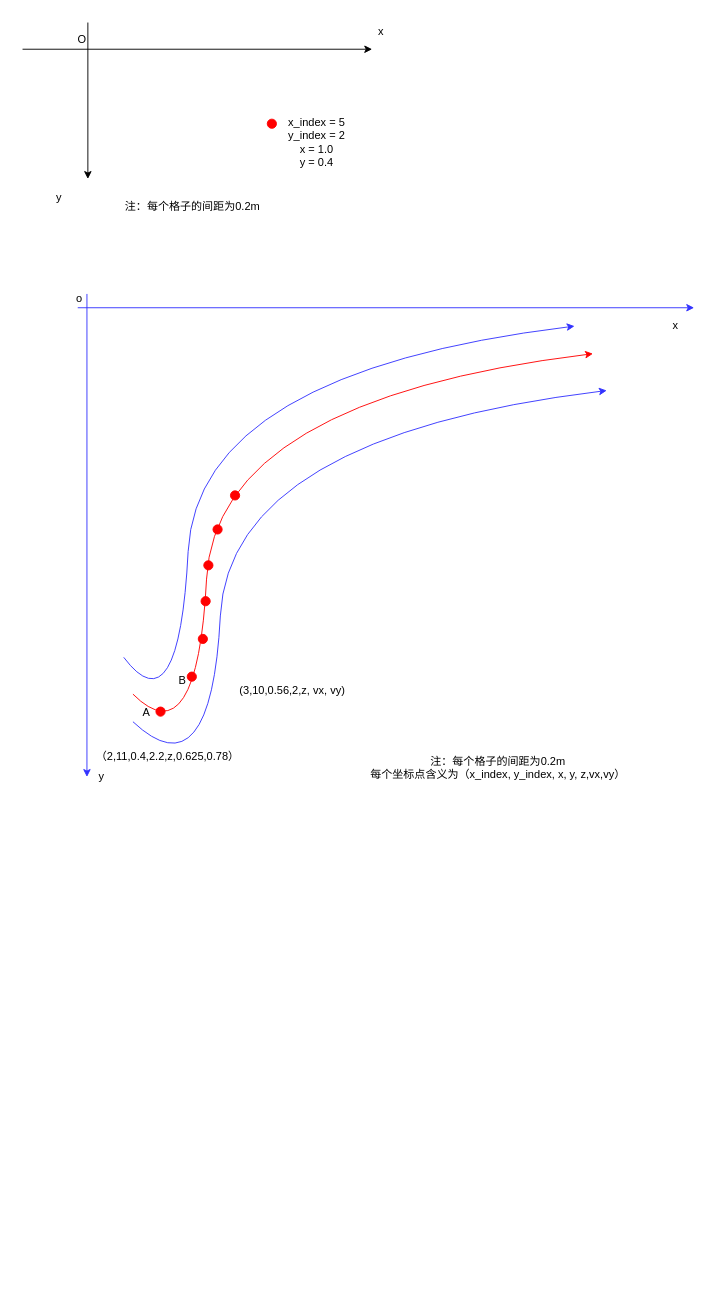
This is Untitled Diagram.drawio from litingpan/algorithms, a draw.io file, before an edit. Source tidied: cells renumbered, new cells numbered last; positions are measured from the earlier drawing's top-left corner, leaving out a move shared by most shapes. Both pictures are drawn from the tidied source at 92%, with x=0, y=0 at pixel (22, 22).
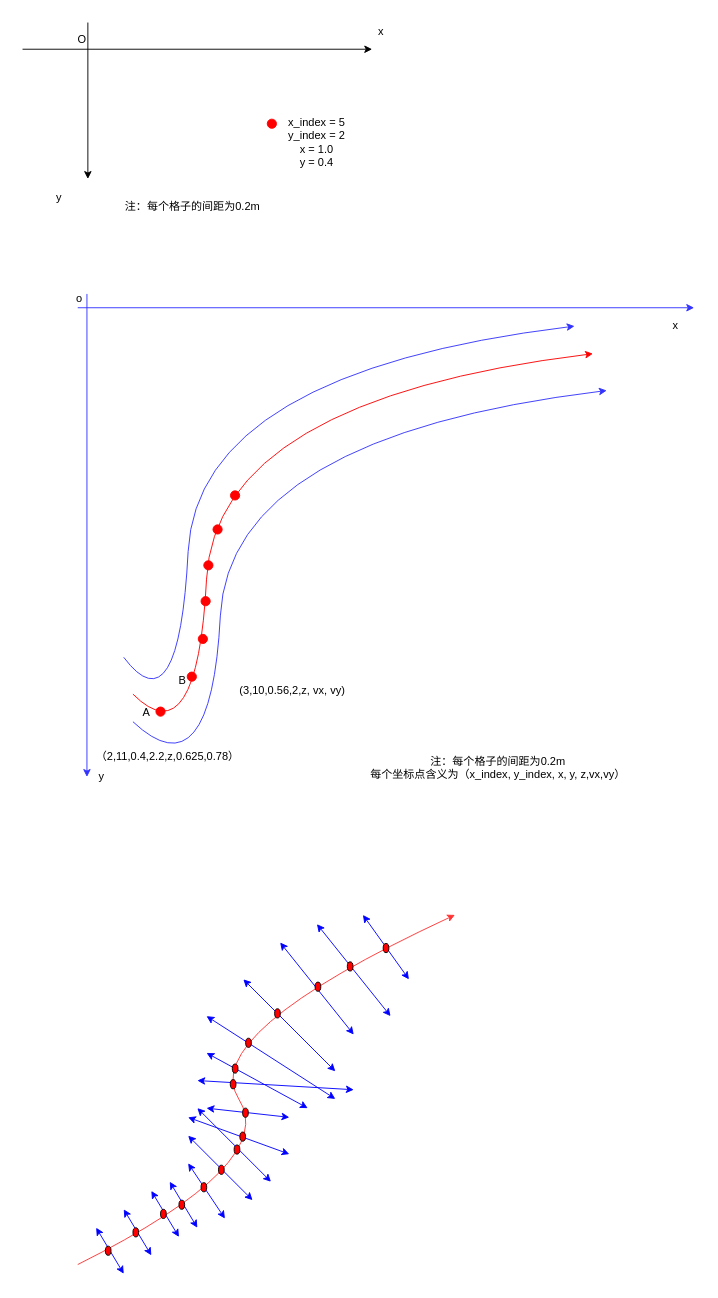
The same page after the edit.

The edit, as a diff of the source:
```diff
@@
+    <mxCell id="30" style="curved=1;endArrow=classic;html=1;strokeColor=#FF3333;" parent="1" edge="1">
+      <mxGeometry relative="1" as="geometry">
+        <mxPoint x="60" y="1350" as="sourcePoint" />
+        <mxPoint x="470" y="970" as="targetPoint" />
+        <Array as="points">
+          <mxPoint x="280" y="1240" />
+          <mxPoint x="190" y="1100" />
+        </Array>
+      </mxGeometry>
+    </mxCell>
+    <mxCell id="31" style="endArrow=classic;startArrow=classic;html=1;strokeColor=#0000FF;" parent="1" edge="1">
+      <mxGeometry relative="1" as="geometry">
+        <mxPoint x="140" y="1340" as="sourcePoint" />
+        <mxPoint x="110" y="1290" as="targetPoint" />
+      </mxGeometry>
+    </mxCell>
+    <mxCell id="32" style="endArrow=classic;startArrow=classic;html=1;strokeColor=#0000FF;" parent="1" edge="1">
+      <mxGeometry relative="1" as="geometry">
+        <mxPoint x="170" y="1320" as="sourcePoint" />
+        <mxPoint x="140" y="1270" as="targetPoint" />
+      </mxGeometry>
+    </mxCell>
+    <mxCell id="33" style="endArrow=classic;startArrow=classic;html=1;strokeColor=#0000FF;" parent="1" edge="1">
+      <mxGeometry relative="1" as="geometry">
+        <mxPoint x="110" y="1360" as="sourcePoint" />
+        <mxPoint x="80" y="1310" as="targetPoint" />
+      </mxGeometry>
+    </mxCell>
+    <mxCell id="34" style="endArrow=classic;startArrow=classic;html=1;strokeColor=#0000FF;" parent="1" edge="1">
+      <mxGeometry relative="1" as="geometry">
+        <mxPoint x="190" y="1310" as="sourcePoint" />
+        <mxPoint x="160" y="1260" as="targetPoint" />
+      </mxGeometry>
+    </mxCell>
+    <mxCell id="35" style="endArrow=classic;startArrow=classic;html=1;strokeColor=#0000FF;" parent="1" edge="1">
+      <mxGeometry relative="1" as="geometry">
+        <mxPoint x="270" y="1260" as="sourcePoint" />
+        <mxPoint x="190" y="1180" as="targetPoint" />
+      </mxGeometry>
+    </mxCell>
+    <mxCell id="36" style="endArrow=classic;startArrow=classic;html=1;strokeColor=#0000FF;" parent="1" edge="1">
+      <mxGeometry relative="1" as="geometry">
+        <mxPoint x="290" y="1230" as="sourcePoint" />
+        <mxPoint x="180" y="1190" as="targetPoint" />
+      </mxGeometry>
+    </mxCell>
+    <mxCell id="37" style="endArrow=classic;startArrow=classic;html=1;strokeColor=#0000FF;" parent="1" edge="1">
+      <mxGeometry relative="1" as="geometry">
+        <mxPoint x="290" y="1190" as="sourcePoint" />
+        <mxPoint x="200" y="1180" as="targetPoint" />
+      </mxGeometry>
+    </mxCell>
+    <mxCell id="38" style="endArrow=classic;startArrow=classic;html=1;strokeColor=#0000FF;" parent="1" edge="1">
+      <mxGeometry relative="1" as="geometry">
+        <mxPoint x="220" y="1300" as="sourcePoint" />
+        <mxPoint x="180" y="1240" as="targetPoint" />
+      </mxGeometry>
+    </mxCell>
+    <mxCell id="39" style="endArrow=classic;startArrow=classic;html=1;strokeColor=#0000FF;" parent="1" edge="1">
+      <mxGeometry relative="1" as="geometry">
+        <mxPoint x="250" y="1280" as="sourcePoint" />
+        <mxPoint x="180" y="1210" as="targetPoint" />
+      </mxGeometry>
+    </mxCell>
+    <mxCell id="40" style="endArrow=classic;startArrow=classic;html=1;strokeColor=#0000FF;" parent="1" edge="1">
+      <mxGeometry relative="1" as="geometry">
+        <mxPoint x="360" y="1160" as="sourcePoint" />
+        <mxPoint x="190" y="1150" as="targetPoint" />
+      </mxGeometry>
+    </mxCell>
+    <mxCell id="41" style="endArrow=classic;startArrow=classic;html=1;strokeColor=#0000FF;" parent="1" edge="1">
+      <mxGeometry relative="1" as="geometry">
+        <mxPoint x="310" y="1180" as="sourcePoint" />
+        <mxPoint x="200" y="1120" as="targetPoint" />
+      </mxGeometry>
+    </mxCell>
+    <mxCell id="42" style="endArrow=classic;startArrow=classic;html=1;strokeColor=#0000FF;" parent="1" edge="1">
+      <mxGeometry relative="1" as="geometry">
+        <mxPoint x="340" y="1170" as="sourcePoint" />
+        <mxPoint x="200" y="1080" as="targetPoint" />
+      </mxGeometry>
+    </mxCell>
+    <mxCell id="43" style="endArrow=classic;startArrow=classic;html=1;strokeColor=#0000FF;" parent="1" edge="1">
+      <mxGeometry relative="1" as="geometry">
+        <mxPoint x="340" y="1140" as="sourcePoint" />
+        <mxPoint x="240" y="1040" as="targetPoint" />
+      </mxGeometry>
+    </mxCell>
+    <mxCell id="44" style="endArrow=classic;startArrow=classic;html=1;strokeColor=#0000FF;" parent="1" edge="1">
+      <mxGeometry relative="1" as="geometry">
+        <mxPoint x="360" y="1100" as="sourcePoint" />
+        <mxPoint x="280" y="1000" as="targetPoint" />
+      </mxGeometry>
+    </mxCell>
+    <mxCell id="45" style="endArrow=classic;startArrow=classic;html=1;strokeColor=#0000FF;" parent="1" edge="1">
+      <mxGeometry relative="1" as="geometry">
+        <mxPoint x="400" y="1080" as="sourcePoint" />
+        <mxPoint x="320" y="980" as="targetPoint" />
+      </mxGeometry>
+    </mxCell>
+    <mxCell id="46" style="endArrow=classic;startArrow=classic;html=1;strokeColor=#0000FF;" parent="1" edge="1">
+      <mxGeometry relative="1" as="geometry">
+        <mxPoint x="420" y="1040" as="sourcePoint" />
+        <mxPoint x="370" y="970" as="targetPoint" />
+      </mxGeometry>
+    </mxCell>
+    <mxCell id="47" style="ellipse;whiteSpace=wrap;html=1;fillColor=#FF0000;" parent="1" vertex="1">
+      <mxGeometry x="90" y="1330" width="6.2" height="10" as="geometry" />
+    </mxCell>
+    <mxCell id="48" style="ellipse;whiteSpace=wrap;html=1;fillColor=#FF0000;" parent="1" vertex="1">
+      <mxGeometry x="120" y="1310" width="6.2" height="10" as="geometry" />
+    </mxCell>
+    <mxCell id="49" style="ellipse;whiteSpace=wrap;html=1;fillColor=#FF0000;" parent="1" vertex="1">
+      <mxGeometry x="150" y="1290" width="6.2" height="10" as="geometry" />
+    </mxCell>
+    <mxCell id="50" style="ellipse;whiteSpace=wrap;html=1;fillColor=#FF0000;" parent="1" vertex="1">
+      <mxGeometry x="170" y="1280" width="6.2" height="10" as="geometry" />
+    </mxCell>
+    <mxCell id="51" style="ellipse;whiteSpace=wrap;html=1;fillColor=#FF0000;" parent="1" vertex="1">
+      <mxGeometry x="194" y="1261" width="6.2" height="10" as="geometry" />
+    </mxCell>
+    <mxCell id="52" style="ellipse;whiteSpace=wrap;html=1;fillColor=#FF0000;" parent="1" vertex="1">
+      <mxGeometry x="213" y="1242" width="6.2" height="10" as="geometry" />
+    </mxCell>
+    <mxCell id="53" style="ellipse;whiteSpace=wrap;html=1;fillColor=#FF0000;" parent="1" vertex="1">
+      <mxGeometry x="230" y="1220" width="6.2" height="10" as="geometry" />
+    </mxCell>
+    <mxCell id="54" style="ellipse;whiteSpace=wrap;html=1;fillColor=#FF0000;" parent="1" vertex="1">
+      <mxGeometry x="236.2" y="1206" width="6.2" height="10" as="geometry" />
+    </mxCell>
+    <mxCell id="55" style="ellipse;whiteSpace=wrap;html=1;fillColor=#FF0000;" parent="1" vertex="1">
+      <mxGeometry x="239.2" y="1180" width="6.2" height="10" as="geometry" />
+    </mxCell>
+    <mxCell id="56" style="ellipse;whiteSpace=wrap;html=1;fillColor=#FF0000;" parent="1" vertex="1">
+      <mxGeometry x="225.8" y="1149" width="6.2" height="10" as="geometry" />
+    </mxCell>
+    <mxCell id="57" style="ellipse;whiteSpace=wrap;html=1;fillColor=#FF0000;" parent="1" vertex="1">
+      <mxGeometry x="228" y="1132" width="6.2" height="10" as="geometry" />
+    </mxCell>
+    <mxCell id="58" style="ellipse;whiteSpace=wrap;html=1;fillColor=#FF0000;" parent="1" vertex="1">
+      <mxGeometry x="242.5" y="1104" width="6.2" height="10" as="geometry" />
+    </mxCell>
+    <mxCell id="59" style="ellipse;whiteSpace=wrap;html=1;fillColor=#FF0000;" parent="1" vertex="1">
+      <mxGeometry x="274" y="1072" width="6.2" height="10" as="geometry" />
+    </mxCell>
+    <mxCell id="60" style="ellipse;whiteSpace=wrap;html=1;fillColor=#FF0000;" parent="1" vertex="1">
+      <mxGeometry x="318" y="1043" width="6.2" height="10" as="geometry" />
+    </mxCell>
+    <mxCell id="61" style="ellipse;whiteSpace=wrap;html=1;fillColor=#FF0000;" parent="1" vertex="1">
+      <mxGeometry x="353" y="1021" width="6.2" height="10" as="geometry" />
+    </mxCell>
+    <mxCell id="62" style="ellipse;whiteSpace=wrap;html=1;fillColor=#FF0000;" parent="1" vertex="1">
+      <mxGeometry x="392" y="1001" width="6.2" height="10" as="geometry" />
+    </mxCell>
```
